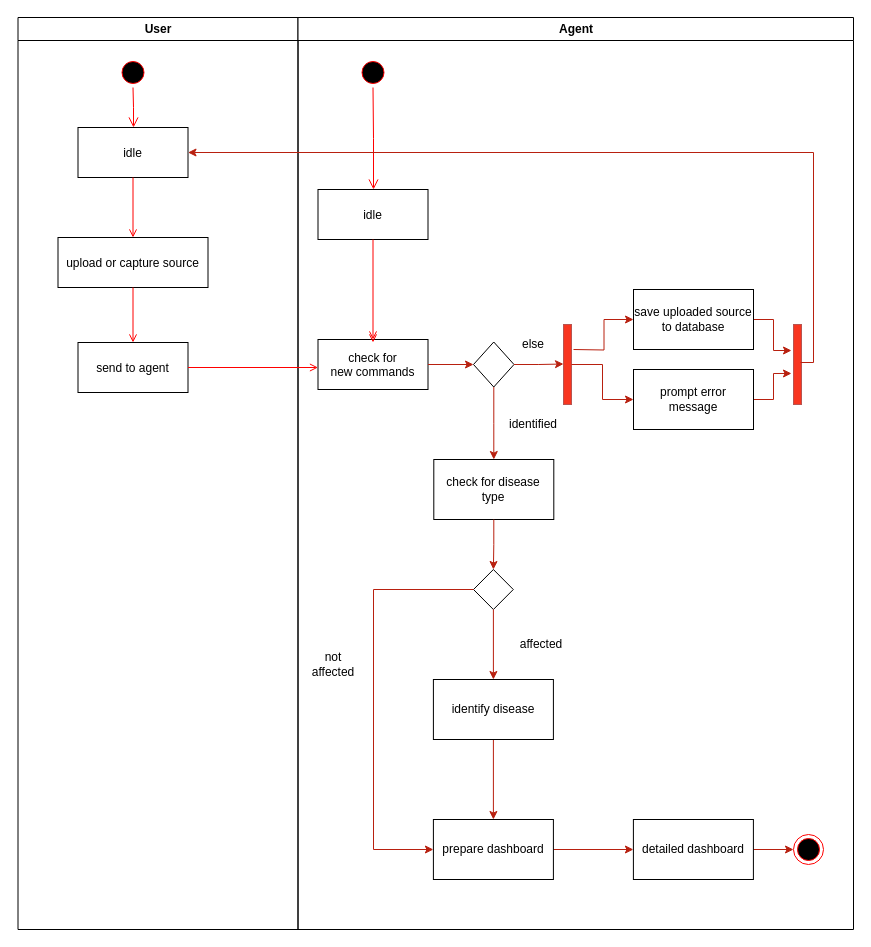
Above: activity diagram.drawio in ashen007/Identify-Diseases-in-Crops-leaf (draw.io), before the change. Source tidied: cells renumbered, new cells numbered last; positions are measured from the earlier drawing's top-left corner, leaving out a move shared by most shapes. Both pictures are drawn from the tidied source at 100%, with x=0, y=0 at pixel (17, 17).
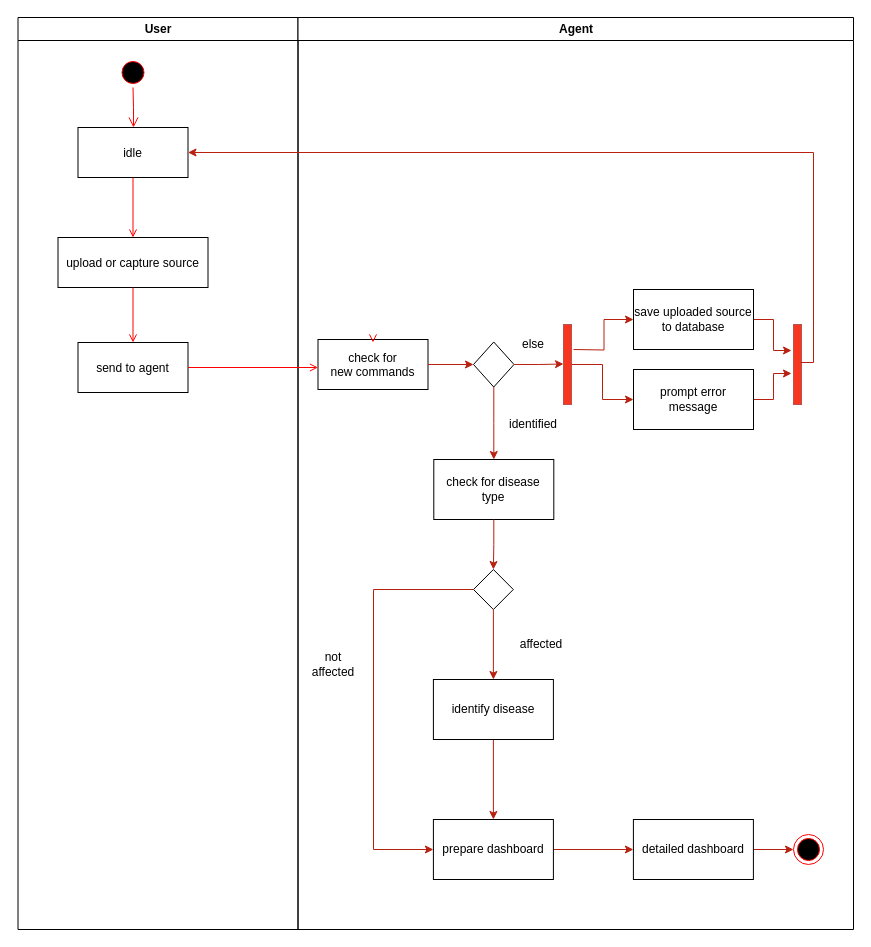
After the change.

The change refers to these unchanged cells:
```xml
<mxCell id="10" value="Agent" style="swimlane;whiteSpace=wrap;" parent="1" vertex="1">
  <mxGeometry x="280.5" width="555.5" height="912" as="geometry" />
</mxCell>
<mxCell id="14" value="check for &#10;new commands" parent="10" vertex="1">
  <mxGeometry x="20" y="322" width="110" height="50" as="geometry" />
</mxCell>
```

The edit, as a diff of the source:
```diff
@@
-    <mxCell id="11" style="ellipse;shape=startState;fillColor=#000000;strokeColor=#ff0000;" parent="10" vertex="1">
-      <mxGeometry x="60" y="40" width="30" height="30" as="geometry" />
-    </mxCell>
-    <mxCell id="12" style="edgeStyle=elbowEdgeStyle;elbow=horizontal;verticalAlign=bottom;endArrow=open;endSize=8;strokeColor=#FF0000;endFill=1;rounded=0;" parent="10" edge="1" source="11" target="13">
-      <mxGeometry x="40" y="20" as="geometry" />
-    </mxCell>
-    <mxCell id="13" value="idle" parent="10" vertex="1">
-      <mxGeometry x="20" y="172" width="110" height="50" as="geometry" />
-    </mxCell>
@@
-    <mxCell id="15" style="endArrow=open;strokeColor=#FF0000;endFill=1;rounded=0;" parent="10" edge="1" source="13" target="14">
-      <mxGeometry relative="1" as="geometry" />
-    </mxCell>
```
